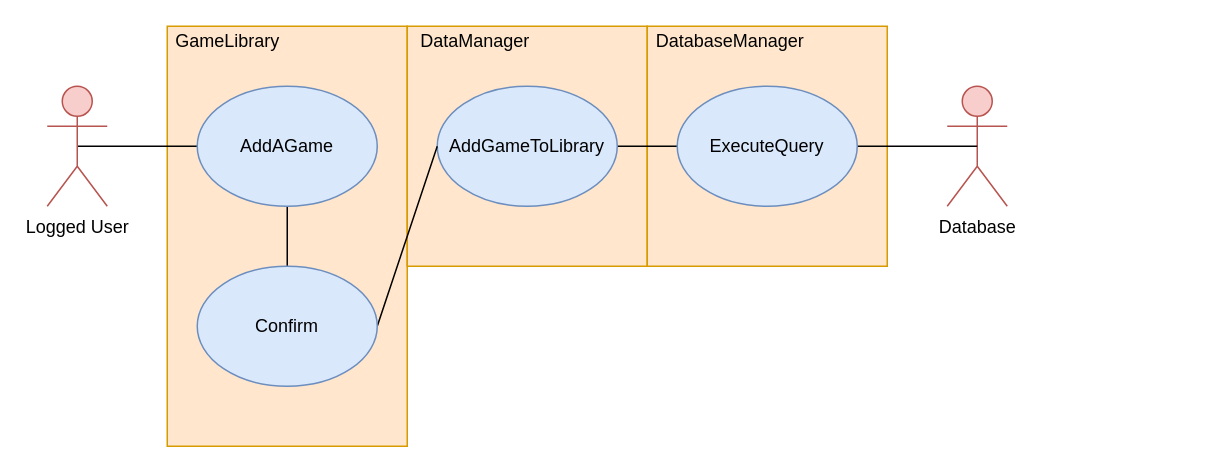
The draw.io diagram page "AddAGame" (2 of 4) of Documentation/Diagrams/SP3_UMLDiagrams.drawio in LouisRichard/GameLibrary, before the edit. Source tidied: cells renumbered, new cells numbered last; positions are measured from the earlier drawing's top-left corner, leaving out a move shared by most shapes. Both pictures are drawn from the tidied source at 150%, with x=0, y=0 at pixel (46, 26).
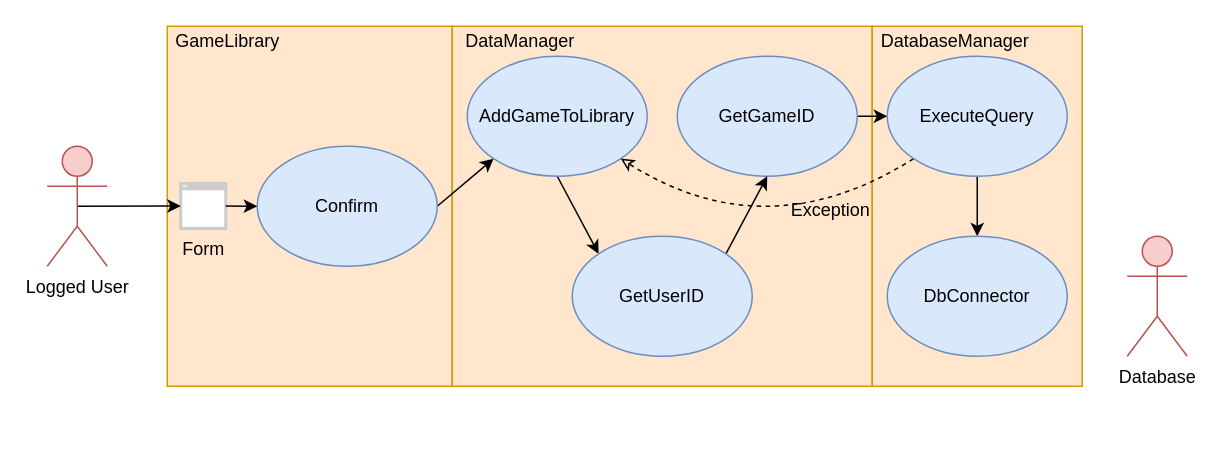
After the change.

Change to the diagram source:
```diff
@@
-    <mxCell id="2" style="rounded=0;whiteSpace=wrap;html=1;fillColor=#ffe6cc;strokeColor=#d79b00;" parent="1" vertex="1">
-      <mxGeometry x="80" width="160" height="280" as="geometry" />
-    </mxCell>
-    <mxCell id="3" style="rounded=0;whiteSpace=wrap;html=1;fillColor=#ffe6cc;strokeColor=#d79b00;" parent="1" vertex="1">
-      <mxGeometry x="240" width="160" height="160" as="geometry" />
-    </mxCell>
-    <mxCell id="4" style="rounded=0;whiteSpace=wrap;html=1;fillColor=#ffe6cc;strokeColor=#d79b00;" parent="1" vertex="1">
-      <mxGeometry x="400" width="160" height="160" as="geometry" />
-    </mxCell>
-    <mxCell id="5" style="rounded=1;jettySize=auto;html=1;exitX=0.5;exitY=0.5;exitDx=0;exitDy=0;exitPerimeter=0;entryX=0;entryY=0.5;entryDx=0;entryDy=0;endArrow=none;endFill=0;" parent="1" edge="1" source="6" target="9">
-      <mxGeometry relative="1" as="geometry" />
-    </mxCell>
+    <mxCell id="19" style="group;" parent="1" vertex="1">
+      <mxGeometry x="80" width="190" height="240" as="geometry" />
+    </mxCell>
+    <mxCell id="20" style="rounded=0;whiteSpace=wrap;html=1;fillColor=#ffe6cc;strokeColor=#d79b00;" parent="19" vertex="1">
+      <mxGeometry width="190" height="240" as="geometry" />
+    </mxCell>
+    <mxCell id="7" value="GameLibrary" style="text;html=1;align=center;verticalAlign=middle;" parent="19" vertex="1">
+      <mxGeometry width="80" height="20" as="geometry" />
+    </mxCell>
+    <mxCell id="21" value="Form" style="html=1;verticalLabelPosition=bottom;align=center;labelBackgroundColor=none;verticalAlign=top;strokeWidth=2;strokeColor=#CCCCCC;shadow=0;dashed=0;shape=mxgraph.ios7.icons.window;fillColor=#ffffff;" parent="1" vertex="1">
+      <mxGeometry x="89" y="104.8" width="30" height="30" as="geometry" />
+    </mxCell>
+    <mxCell id="22" style="group;" parent="1" vertex="1">
+      <mxGeometry x="270" width="280" height="240" as="geometry" />
+    </mxCell>
+    <mxCell id="23" style="rounded=0;whiteSpace=wrap;html=1;fillColor=#ffe6cc;strokeColor=#d79b00;" parent="22" vertex="1">
+      <mxGeometry width="280" height="240" as="geometry" />
+    </mxCell>
+    <mxCell id="10" value="DataManager" style="text;html=1;align=center;verticalAlign=middle;" parent="22" vertex="1">
+      <mxGeometry width="90" height="20" as="geometry" />
+    </mxCell>
+    <mxCell id="24" style="group;" parent="1" vertex="1">
+      <mxGeometry x="550" width="140" height="240" as="geometry" />
+    </mxCell>
+    <mxCell id="25" style="rounded=0;whiteSpace=wrap;html=1;fillColor=#ffe6cc;strokeColor=#d79b00;" parent="24" vertex="1">
+      <mxGeometry width="140" height="240" as="geometry" />
+    </mxCell>
+    <mxCell id="11" value="DatabaseManager" style="text;html=1;align=center;verticalAlign=middle;" parent="24" vertex="1">
+      <mxGeometry width="110" height="20" as="geometry" />
+    </mxCell>
+    <mxCell id="26" style="rounded=0;jettySize=auto;html=1;exitX=0.5;exitY=0.5;exitDx=0;exitDy=0;exitPerimeter=0;" parent="1" edge="1" source="6" target="21">
+      <mxGeometry relative="1" as="geometry" />
+    </mxCell>
     <mxCell id="6" value="Logged User" style="shape=umlActor;verticalLabelPosition=bottom;labelBackgroundColor=#ffffff;verticalAlign=top;html=1;outlineConnect=0;fillColor=#f8cecc;strokeColor=#b85450;" parent="1" vertex="1">
-      <mxGeometry y="40" width="40" height="80" as="geometry" />
+      <mxGeometry y="80" width="40" height="80" as="geometry" />
     </mxCell>
-    <mxCell id="7" value="GameLibrary" style="text;html=1;align=center;verticalAlign=middle;" parent="1" vertex="1">
-      <mxGeometry x="80" width="80" height="20" as="geometry" />
-    </mxCell>
-    <mxCell id="8" style="rounded=1;jettySize=auto;html=1;exitX=0.5;exitY=1;exitDx=0;exitDy=0;endArrow=none;endFill=0;entryX=0.5;entryY=0;entryDx=0;entryDy=0;" parent="1" edge="1" source="9" target="16">
-      <mxGeometry relative="1" as="geometry" />
-    </mxCell>
+    <mxCell id="27" style="rounded=0;jettySize=auto;html=1;entryX=0;entryY=1;entryDx=0;entryDy=0;exitX=1;exitY=0.5;exitDx=0;exitDy=0;" parent="1" edge="1" source="9" target="13">
+      <mxGeometry relative="1" as="geometry" />
+    </mxCell>
-    <mxCell id="9" value="AddAGame" style="ellipse;whiteSpace=wrap;html=1;fillColor=#dae8fc;strokeColor=#6c8ebf;" parent="1" vertex="1">
-      <mxGeometry x="100" y="40" width="120" height="80" as="geometry" />
+    <mxCell id="9" value="Confirm" style="ellipse;whiteSpace=wrap;html=1;fillColor=#dae8fc;strokeColor=#6c8ebf;" parent="1" vertex="1">
+      <mxGeometry x="140" y="80" width="120" height="80" as="geometry" />
     </mxCell>
-    <mxCell id="10" value="DataManager" style="text;html=1;align=center;verticalAlign=middle;" parent="1" vertex="1">
-      <mxGeometry x="240" width="90" height="20" as="geometry" />
-    </mxCell>
-    <mxCell id="11" value="DatabaseManager" style="text;html=1;align=center;verticalAlign=middle;" parent="1" vertex="1">
-      <mxGeometry x="400" width="110" height="20" as="geometry" />
-    </mxCell>
-    <mxCell id="12" style="edgeStyle=none;rounded=0;jettySize=auto;html=1;exitX=1;exitY=0.5;exitDx=0;exitDy=0;entryX=0;entryY=0.5;entryDx=0;entryDy=0;endArrow=none;endFill=0;" parent="1" edge="1" source="13" target="18">
-      <mxGeometry relative="1" as="geometry" />
-    </mxCell>
+    <mxCell id="14" value="Database" style="shape=umlActor;verticalLabelPosition=bottom;labelBackgroundColor=#ffffff;verticalAlign=top;html=1;outlineConnect=0;fillColor=#f8cecc;strokeColor=#b85450;" parent="1" vertex="1">
+      <mxGeometry x="720" y="140" width="40" height="80" as="geometry" />
+    </mxCell>
+    <mxCell id="28" style="rounded=0;jettySize=auto;html=1;exitX=0.5;exitY=1;exitDx=0;exitDy=0;entryX=0;entryY=0;entryDx=0;entryDy=0;" parent="1" edge="1" source="13" target="32">
+      <mxGeometry relative="1" as="geometry" />
+    </mxCell>
     <mxCell id="13" value="AddGameToLibrary" style="ellipse;whiteSpace=wrap;html=1;fillColor=#dae8fc;strokeColor=#6c8ebf;" parent="1" vertex="1">
-      <mxGeometry x="260" y="40" width="120" height="80" as="geometry" />
+      <mxGeometry x="280" y="20" width="120" height="80" as="geometry" />
     </mxCell>
-    <mxCell id="14" value="Database" style="shape=umlActor;verticalLabelPosition=bottom;labelBackgroundColor=#ffffff;verticalAlign=top;html=1;outlineConnect=0;fillColor=#f8cecc;strokeColor=#b85450;" parent="1" vertex="1">
-      <mxGeometry x="600" y="40" width="40" height="80" as="geometry" />
-    </mxCell>
-    <mxCell id="15" style="rounded=1;jettySize=auto;html=1;exitX=1;exitY=0.5;exitDx=0;exitDy=0;entryX=0;entryY=0.5;entryDx=0;entryDy=0;endArrow=none;endFill=0;" parent="1" edge="1" source="16" target="13">
-      <mxGeometry relative="1" as="geometry" />
-    </mxCell>
-    <mxCell id="16" value="Confirm" style="ellipse;whiteSpace=wrap;html=1;fillColor=#dae8fc;strokeColor=#6c8ebf;" parent="1" vertex="1">
-      <mxGeometry x="100" y="160" width="120" height="80" as="geometry" />
-    </mxCell>
-    <mxCell id="17" style="edgeStyle=none;rounded=0;jettySize=auto;html=1;exitX=1;exitY=0.5;exitDx=0;exitDy=0;entryX=0.5;entryY=0.5;entryDx=0;entryDy=0;entryPerimeter=0;endArrow=none;endFill=0;" parent="1" edge="1" source="18" target="14">
-      <mxGeometry relative="1" as="geometry" />
-    </mxCell>
+    <mxCell id="29" style="rounded=0;jettySize=auto;html=1;exitX=1;exitY=0.5;exitDx=0;exitDy=0;entryX=0;entryY=0.5;entryDx=0;entryDy=0;" parent="1" edge="1" source="30" target="18">
+      <mxGeometry relative="1" as="geometry" />
+    </mxCell>
+    <mxCell id="30" value="GetGameID" style="ellipse;whiteSpace=wrap;html=1;fillColor=#dae8fc;strokeColor=#6c8ebf;" parent="1" vertex="1">
+      <mxGeometry x="420" y="20" width="120" height="80" as="geometry" />
+    </mxCell>
+    <mxCell id="31" style="rounded=0;jettySize=auto;html=1;exitX=1;exitY=0;exitDx=0;exitDy=0;entryX=0.5;entryY=1;entryDx=0;entryDy=0;" parent="1" edge="1" source="32" target="30">
+      <mxGeometry relative="1" as="geometry" />
+    </mxCell>
+    <mxCell id="32" value="GetUserID" style="ellipse;whiteSpace=wrap;html=1;fillColor=#dae8fc;strokeColor=#6c8ebf;" parent="1" vertex="1">
+      <mxGeometry x="350" y="140" width="120" height="80" as="geometry" />
+    </mxCell>
+    <mxCell id="33" style="rounded=0;jettySize=auto;html=1;exitX=0.5;exitY=1;exitDx=0;exitDy=0;entryX=0.5;entryY=0;entryDx=0;entryDy=0;" parent="1" edge="1" source="18" target="36">
+      <mxGeometry relative="1" as="geometry" />
+    </mxCell>
+    <mxCell id="34" style="edgeStyle=none;jettySize=auto;html=1;exitX=0;exitY=1;exitDx=0;exitDy=0;entryX=1;entryY=1;entryDx=0;entryDy=0;curved=1;dashed=1;endArrow=classic;endFill=0;" parent="1" edge="1" source="18" target="13">
+      <mxGeometry relative="1" as="geometry">
+        <Array as="points">
+          <mxPoint x="480" y="150" />
+        </Array>
+      </mxGeometry>
+    </mxCell>
+    <mxCell id="35" value="Exception" style="text;html=1;align=center;verticalAlign=middle;labelBackgroundColor=none;" parent="34" vertex="1">
+      <mxGeometry x="-0.36" y="-16" relative="1" as="geometry">
+        <mxPoint x="15" y="8.5" as="offset" />
+      </mxGeometry>
+    </mxCell>
     <mxCell id="18" value="ExecuteQuery" style="ellipse;whiteSpace=wrap;html=1;fillColor=#dae8fc;strokeColor=#6c8ebf;" parent="1" vertex="1">
-      <mxGeometry x="420" y="40" width="120" height="80" as="geometry" />
+      <mxGeometry x="560" y="20" width="120" height="80" as="geometry" />
     </mxCell>
+    <mxCell id="36" value="DbConnector" style="ellipse;whiteSpace=wrap;html=1;fillColor=#dae8fc;strokeColor=#6c8ebf;" parent="1" vertex="1">
+      <mxGeometry x="560" y="140" width="120" height="80" as="geometry" />
+    </mxCell>
+    <mxCell id="37" style="rounded=0;jettySize=auto;html=1;entryX=0;entryY=0.5;entryDx=0;entryDy=0;" parent="1" edge="1" source="21" target="9">
+      <mxGeometry relative="1" as="geometry" />
+    </mxCell>
```
